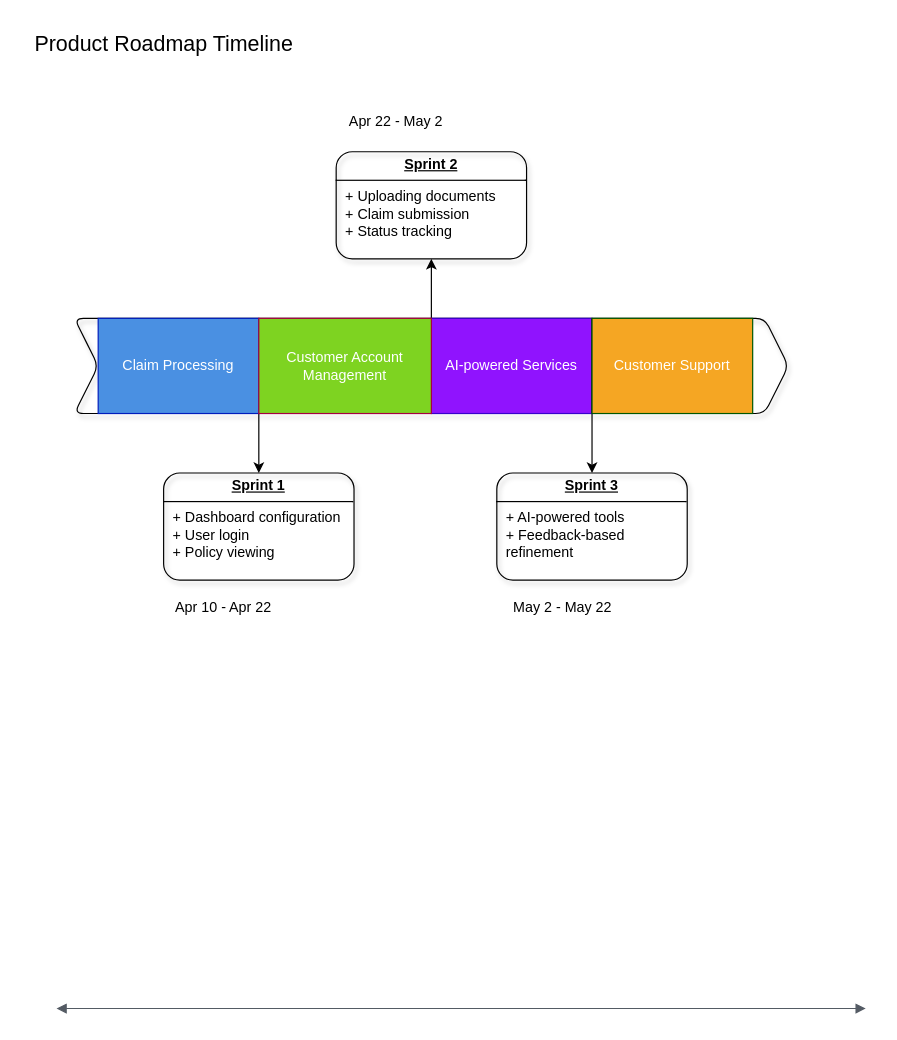
Matasem-h/SimpleFlowcharts keeps this draw.io diagram as Project - Agile Software Engineering Diagram 2.drawio. Above is the earlier version. Source tidied: cells renumbered, new cells numbered last; positions are measured from the earlier drawing's top-left corner, leaving out a move shared by most shapes. Both pictures are drawn from the tidied source at 119%, with x=0, y=0 at pixel (20, 20).
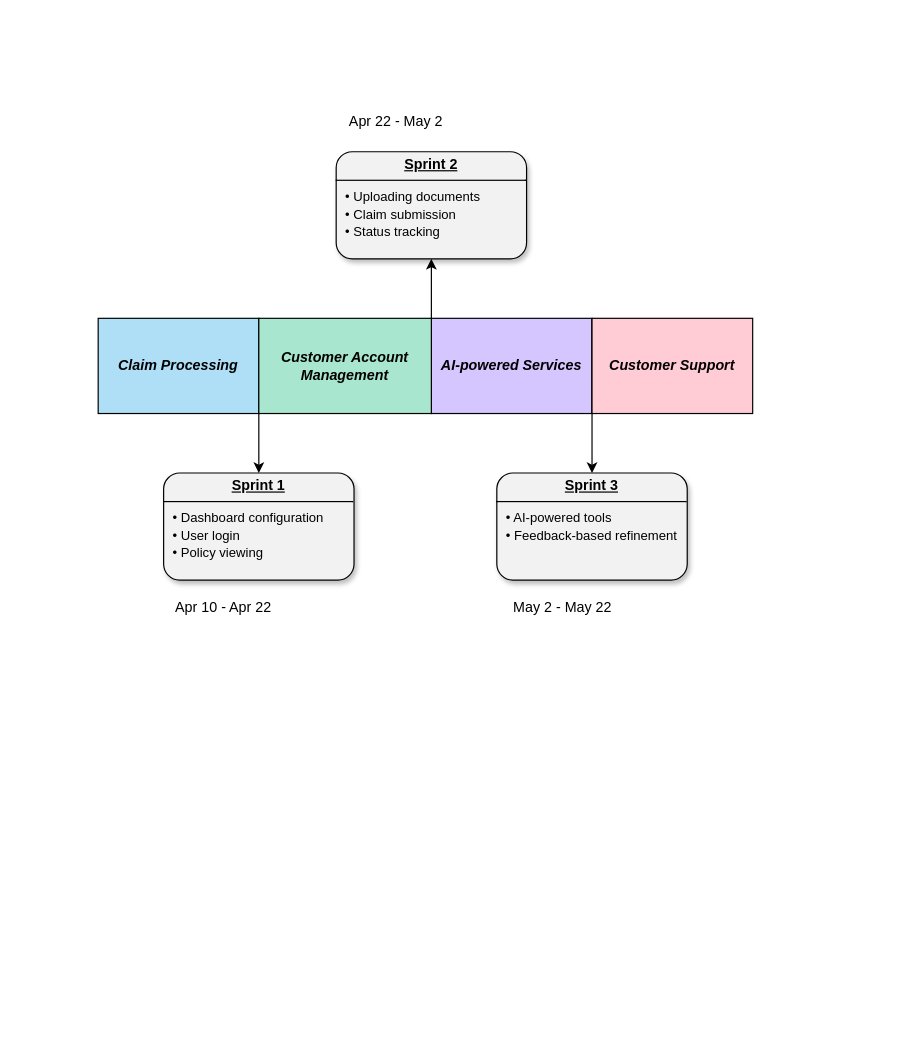
After the change.

Diff of the diagram source:
```diff
@@
-    <mxCell id="2" style="edgeStyle=orthogonalEdgeStyle;html=1;endArrow=block;elbow=vertical;startArrow=block;startFill=1;endFill=1;strokeColor=#545B64;rounded=0;fontSize=11;strokeWidth=1;targetPerimeterSpacing=0;endSize=6;" parent="1" edge="1">
-      <mxGeometry relative="1" as="geometry">
-        <mxPoint x="30" y="830" as="sourcePoint" />
-        <mxPoint x="710" y="830" as="targetPoint" />
-      </mxGeometry>
-    </mxCell>
@@
-    <mxCell id="6" value="&lt;p style=&quot;margin: 4px 0px 0px; text-align: center; text-decoration: underline;&quot;&gt;&lt;b&gt;Sprint 1&lt;/b&gt;&lt;/p&gt;&lt;hr size=&quot;1&quot; style=&quot;border-style:solid;&quot;&gt;&lt;p style=&quot;margin:0px;margin-left:8px;&quot;&gt;+ Dashboard configuration&lt;br&gt;+ User login&lt;br&gt;+ Policy viewing&lt;/p&gt;" style="verticalAlign=top;align=left;overflow=fill;html=1;whiteSpace=wrap;rounded=1;shadow=1;glass=0;strokeColor=default;strokeWidth=1;arcSize=15;fontFamily=Helvetica;fontSize=12;fontColor=default;fontStyle=0;horizontal=1;fillColor=none;" parent="1" vertex="1">
+    <mxCell id="6" value="&lt;p style=&quot;margin: 4px 0px 0px; text-align: center; text-decoration: underline;&quot;&gt;&lt;b&gt;Sprint 1&lt;/b&gt;&lt;/p&gt;&lt;hr size=&quot;1&quot; style=&quot;border-style:solid;&quot;&gt;&lt;p style=&quot;margin:0px;margin-left:8px;&quot;&gt;&lt;font style=&quot;font-size: 11px;&quot;&gt;• Dashboard configuration&lt;br&gt;• User login&lt;br&gt;• Policy viewing&lt;/font&gt;&lt;/p&gt;" style="verticalAlign=top;align=left;overflow=fill;html=1;whiteSpace=wrap;rounded=1;shadow=1;glass=0;strokeColor=default;strokeWidth=1;arcSize=15;fontFamily=Helvetica;fontSize=12;fontColor=default;fontStyle=0;horizontal=1;fillColor=#F2F2F2;" parent="1" vertex="1">
       <mxGeometry x="120" y="380" width="160" height="90" as="geometry" />
     </mxCell>
-    <mxCell id="7" value="&lt;p style=&quot;margin: 4px 0px 0px; text-align: center; text-decoration: underline;&quot;&gt;&lt;b&gt;Sprint 2&lt;/b&gt;&lt;/p&gt;&lt;hr size=&quot;1&quot; style=&quot;border-style:solid;&quot;&gt;&lt;p style=&quot;margin:0px;margin-left:8px;&quot;&gt;+ Uploading documents&lt;br&gt;+ Claim submission&lt;br&gt;+ Status tracking&lt;/p&gt;" style="verticalAlign=top;align=left;overflow=fill;html=1;whiteSpace=wrap;rounded=1;shadow=1;glass=0;strokeColor=default;strokeWidth=1;arcSize=15;fontFamily=Helvetica;fontSize=12;fontColor=default;fontStyle=0;horizontal=1;fillColor=none;" parent="1" vertex="1">
+    <mxCell id="7" value="&lt;p style=&quot;margin: 4px 0px 0px; text-align: center; text-decoration: underline;&quot;&gt;&lt;b&gt;Sprint 2&lt;/b&gt;&lt;/p&gt;&lt;hr size=&quot;1&quot; style=&quot;border-style:solid;&quot;&gt;&lt;p style=&quot;margin:0px;margin-left:8px;&quot;&gt;&lt;font style=&quot;font-size: 11px;&quot;&gt;• Uploading documents&lt;br&gt;• Claim submission&lt;br&gt;• Status tracking&lt;/font&gt;&lt;/p&gt;" style="verticalAlign=top;align=left;overflow=fill;html=1;whiteSpace=wrap;rounded=1;shadow=1;glass=0;strokeColor=default;strokeWidth=1;arcSize=15;fontFamily=Helvetica;fontSize=12;fontColor=default;fontStyle=0;horizontal=1;fillColor=#F2F2F2;" parent="1" vertex="1">
       <mxGeometry x="265" y="110" width="160" height="90" as="geometry" />
     </mxCell>
-    <mxCell id="8" value="&lt;p style=&quot;margin: 4px 0px 0px; text-align: center; text-decoration: underline;&quot;&gt;&lt;b&gt;Sprint 3&lt;/b&gt;&lt;/p&gt;&lt;hr size=&quot;1&quot; style=&quot;border-style:solid;&quot;&gt;&lt;p style=&quot;margin:0px;margin-left:8px;&quot;&gt;+ AI-powered tools&lt;br&gt;+ Feedback-based refinement&lt;/p&gt;" style="verticalAlign=top;align=left;overflow=fill;html=1;whiteSpace=wrap;rounded=1;shadow=1;glass=0;strokeColor=default;strokeWidth=1;arcSize=15;fontFamily=Helvetica;fontSize=12;fontColor=default;fontStyle=0;horizontal=1;fillColor=none;" parent="1" vertex="1">
+    <mxCell id="8" value="&lt;p style=&quot;margin: 4px 0px 0px; text-align: center; text-decoration: underline;&quot;&gt;&lt;b&gt;Sprint 3&lt;/b&gt;&lt;/p&gt;&lt;hr size=&quot;1&quot; style=&quot;border-style:solid;&quot;&gt;&lt;p style=&quot;margin:0px;margin-left:8px;&quot;&gt;&lt;font style=&quot;font-size: 11px;&quot;&gt;• AI-powered tools&lt;br&gt;• Feedback-based refinement&lt;/font&gt;&lt;/p&gt;" style="verticalAlign=top;align=left;overflow=fill;html=1;whiteSpace=wrap;rounded=1;shadow=1;glass=0;strokeColor=default;strokeWidth=1;arcSize=15;fontFamily=Helvetica;fontSize=12;fontColor=default;fontStyle=0;horizontal=1;fillColor=#F2F2F2;" parent="1" vertex="1">
       <mxGeometry x="400" y="380" width="160" height="90" as="geometry" />
     </mxCell>
@@
-    <mxCell id="12" value="Product Roadmap Timeline" style="text;html=1;align=center;verticalAlign=middle;strokeColor=none;fillColor=none;fontFamily=Helvetica;fontSize=18;fontColor=default;fontStyle=0;horizontal=1;" parent="1" vertex="1">
-      <mxGeometry width="240" height="40" as="geometry" />
-    </mxCell>
-    <mxCell id="13" style="shape=step;perimeter=stepPerimeter;whiteSpace=wrap;html=1;fixedSize=1;rounded=1;shadow=1;glass=0;strokeColor=default;strokeWidth=1;align=center;verticalAlign=middle;arcSize=15;fontFamily=Helvetica;fontSize=12;fontColor=default;fontStyle=0;horizontal=1;fillColor=none;" parent="1" vertex="1">
-      <mxGeometry x="45" y="250" width="600" height="80" as="geometry" />
-    </mxCell>
@@
-    <mxCell id="15" value="AI-powered Services" style="text;html=1;align=center;verticalAlign=middle;whiteSpace=wrap;rounded=0;fontFamily=Helvetica;fontSize=12;fontColor=#ffffff;fontStyle=0;horizontal=1;fillColor=light-dark(#9013FE,#9013FE);strokeColor=#3700CC;" parent="1" vertex="1">
+    <mxCell id="15" value="&lt;i&gt;&lt;b&gt;AI-powered Services&lt;/b&gt;&lt;/i&gt;" style="text;html=1;align=center;verticalAlign=middle;whiteSpace=wrap;rounded=0;fontFamily=Helvetica;fontSize=12;fontColor=default;fontStyle=0;horizontal=1;strokeColor=default;fillColor=light-dark(#D6C6FF,#D6C6FF);" parent="1" vertex="1">
       <mxGeometry x="345" y="250" width="135" height="80" as="geometry" />
     </mxCell>
@@
-    <mxCell id="18" value="Claim Processing" style="text;html=1;align=center;verticalAlign=middle;whiteSpace=wrap;rounded=0;fontFamily=Helvetica;fontSize=12;fontColor=#ffffff;fontStyle=0;horizontal=1;fillColor=light-dark(#4A90E2,#4A90E2);strokeColor=#001DBC;" parent="1" vertex="1">
+    <mxCell id="18" value="&lt;div&gt;&lt;i&gt;&lt;b&gt;Claim Processing&lt;/b&gt;&lt;/i&gt;&lt;/div&gt;" style="text;html=1;align=center;verticalAlign=middle;whiteSpace=wrap;rounded=0;fontFamily=Helvetica;fontSize=12;fontColor=default;fontStyle=0;horizontal=1;strokeColor=default;fillColor=light-dark(#AEDFF7,#AEDFF7);" parent="1" vertex="1">
       <mxGeometry x="65" y="250" width="135" height="80" as="geometry" />
     </mxCell>
-    <mxCell id="19" value="Customer Support" style="text;html=1;align=center;verticalAlign=middle;whiteSpace=wrap;rounded=0;fontFamily=Helvetica;fontSize=12;fontColor=#ffffff;fontStyle=0;horizontal=1;fillColor=light-dark(#F5A623,#F5A623);strokeColor=#005700;" parent="1" vertex="1">
+    <mxCell id="19" value="&lt;div&gt;&lt;b&gt;&lt;i&gt;Customer Support&lt;/i&gt;&lt;/b&gt;&lt;/div&gt;" style="text;html=1;align=center;verticalAlign=middle;whiteSpace=wrap;rounded=0;fontFamily=Helvetica;fontSize=12;fontColor=default;fontStyle=0;horizontal=1;strokeColor=default;fillColor=light-dark(#FFCCD5,#FFCCD5);" parent="1" vertex="1">
       <mxGeometry x="480" y="250" width="135" height="80" as="geometry" />
     </mxCell>
-    <mxCell id="20" value="Customer Account Management" style="text;html=1;align=center;verticalAlign=middle;whiteSpace=wrap;rounded=0;fontFamily=Helvetica;fontSize=12;fontColor=#ffffff;fontStyle=0;horizontal=1;fillColor=light-dark(#7ED321,#7ED321);strokeColor=#A50040;" parent="1" vertex="1">
+    <mxCell id="20" value="&lt;i&gt;&lt;b&gt;Customer Account Management&lt;/b&gt;&lt;/i&gt;" style="text;html=1;align=center;verticalAlign=middle;whiteSpace=wrap;rounded=0;fontFamily=Helvetica;fontSize=12;fontColor=default;fontStyle=0;horizontal=1;strokeColor=default;fillColor=light-dark(#A8E6CF,#A8E6CF);" parent="1" vertex="1">
       <mxGeometry x="200" y="250" width="145" height="80" as="geometry" />
     </mxCell>
```
